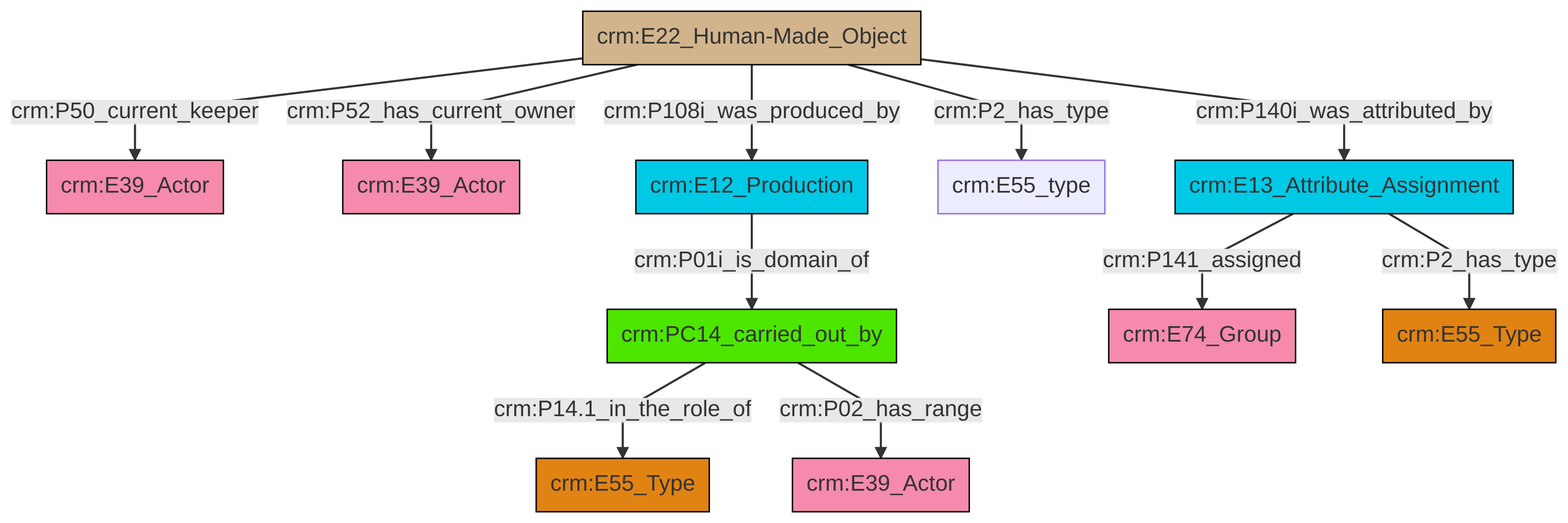
Before: et/artworkCSV/ttl/mmd/png/Artwork_Actor_Relations.png, a diagram exported from Mermaid (swiss-art-research-net/docs.swissartresearch). Its source is kept beside it as et/artworkCSV/ttl/mmd/Artwork_Actor_Relations.ttl.mmd.
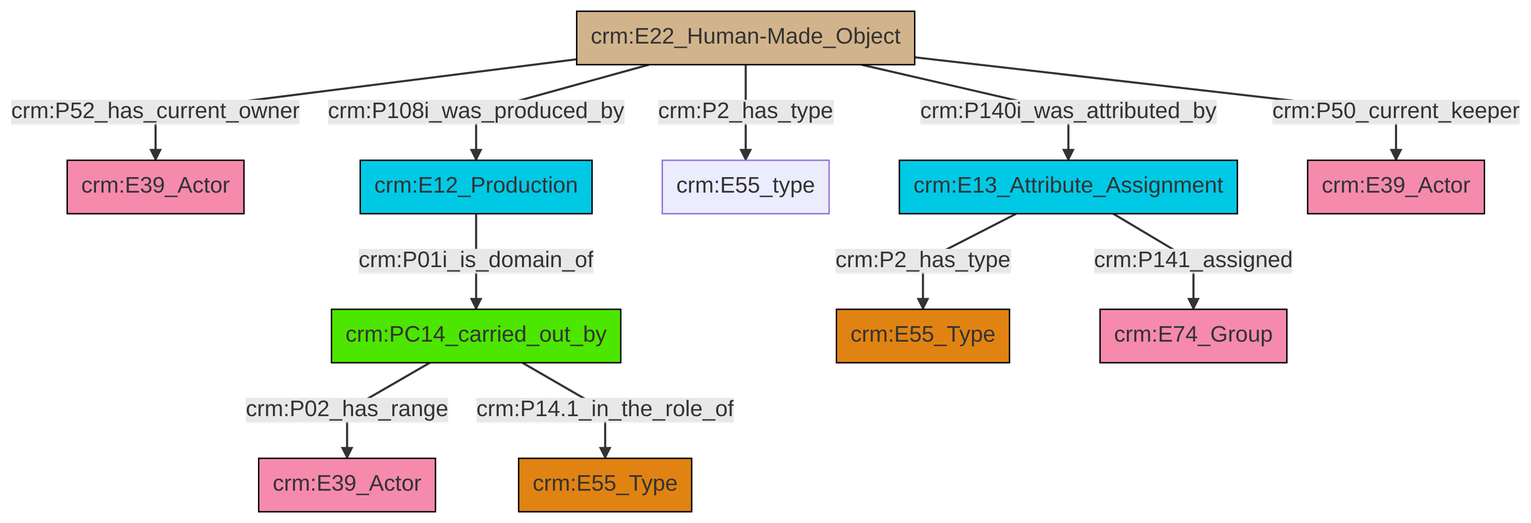
The same file after the commit.

Diff of the diagram source:
```diff
@@ -13,13 +13,13 @@
 classDef PC_Classes fill:#4ce600, stroke:#000000;
 classDef Multi fill:#cccccc,stroke:#000000;
 
-0["crm:E22_Human-Made_Object"]:::Physical_Thing -->|crm:P50_current_keeper| 1["crm:E39_Actor"]:::Actor
-0["crm:E22_Human-Made_Object"]:::Physical_Thing -->|crm:P52_has_current_owner| 2["crm:E39_Actor"]:::Actor
-3["crm:PC14_carried_out_by"]:::PC_Classes -->|crm:P14.1_in_the_role_of| 4["crm:E55_Type"]:::Type
-0["crm:E22_Human-Made_Object"]:::Physical_Thing -->|crm:P108i_was_produced_by| 5["crm:E12_Production"]:::Temporal_Entity
-0["crm:E22_Human-Made_Object"]:::Physical_Thing -->|crm:P2_has_type| 6["crm:E55_type"]:::Default
-0["crm:E22_Human-Made_Object"]:::Physical_Thing -->|crm:P140i_was_attributed_by| 7["crm:E13_Attribute_Assignment"]:::Temporal_Entity
-7["crm:E13_Attribute_Assignment"]:::Temporal_Entity -->|crm:P141_assigned| 9["crm:E74_Group"]:::Actor
-7["crm:E13_Attribute_Assignment"]:::Temporal_Entity -->|crm:P2_has_type| 10["crm:E55_Type"]:::Type
-3["crm:PC14_carried_out_by"]:::PC_Classes -->|crm:P02_has_range| 11["crm:E39_Actor"]:::Actor
-5["crm:E12_Production"]:::Temporal_Entity -->|crm:P01i_is_domain_of| 3["crm:PC14_carried_out_by"]:::PC_Classes
+2["crm:E22_Human-Made_Object"]:::Physical_Thing -->|crm:P52_has_current_owner| 3["crm:E39_Actor"]:::Actor
+4["crm:PC14_carried_out_by"]:::PC_Classes -->|crm:P02_has_range| 5["crm:E39_Actor"]:::Actor
+6["crm:E13_Attribute_Assignment"]:::Temporal_Entity -->|crm:P2_has_type| 7["crm:E55_Type"]:::Type
+2["crm:E22_Human-Made_Object"]:::Physical_Thing -->|crm:P2_has_type| 9["crm:E55_type"]:::Default
+10["crm:E12_Production"]:::Temporal_Entity -->|crm:P01i_is_domain_of| 4["crm:PC14_carried_out_by"]:::PC_Classes
+6["crm:E13_Attribute_Assignment"]:::Temporal_Entity -->|crm:P141_assigned| 13["crm:E74_Group"]:::Actor
+2["crm:E22_Human-Made_Object"]:::Physical_Thing -->|crm:P140i_was_attributed_by| 6["crm:E13_Attribute_Assignment"]:::Temporal_Entity
+2["crm:E22_Human-Made_Object"]:::Physical_Thing -->|crm:P108i_was_produced_by| 10["crm:E12_Production"]:::Temporal_Entity
+2["crm:E22_Human-Made_Object"]:::Physical_Thing -->|crm:P50_current_keeper| 17["crm:E39_Actor"]:::Actor
+4["crm:PC14_carried_out_by"]:::PC_Classes -->|crm:P14.1_in_the_role_of| 0["crm:E55_Type"]:::Type
```
